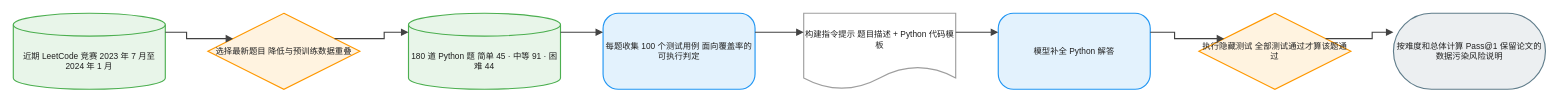
Before: client/public/drawio/DeepSeek_LeetCode/DeepSeek_LeetCode.zh.drawio in joe1chief/benchmark-hub, a draw.io diagram. Source tidied: cells renumbered, new cells numbered last; positions are measured from the earlier drawing's top-left corner, leaving out a move shared by most shapes. Both pictures are drawn from the tidied source at 76%, with x=0, y=0 at pixel (13, 13).
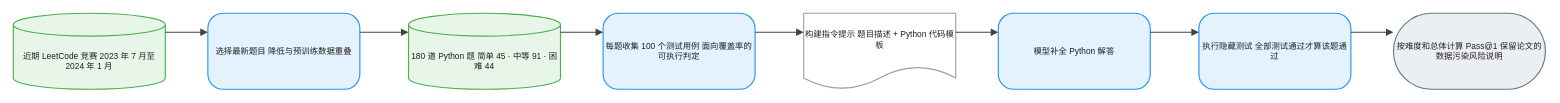
Above is the later version.

What changed in the source:
```diff
@@
 <mxGraphModel background="#FFFFFF">
   <root>
     <mxCell id="0" />
     <mxCell id="1" parent="0" />
     <mxCell id="2" value="近期 LeetCode 竞赛 2023 年 7 月至 2024 年 1 月" style="shape=cylinder3;boundedLbl=1;backgroundOutline=1;size=15;html=1;whiteSpace=wrap;fillColor=#E8F5E9;strokeColor=#4CAF50;strokeWidth=1.5;fontColor=#212121;fontSize=11;fontFamily=Arial, Helvetica, sans-serif;verticalAlign=middle;align=center;" parent="1" vertex="1">
       <mxGeometry width="200" height="100" as="geometry" />
     </mxCell>
-    <mxCell id="3" value="选择最新题目 降低与预训练数据重叠" style="rhombus;html=1;whiteSpace=wrap;fillColor=#FFF3E0;strokeColor=#FF9800;strokeWidth=1.5;fontColor=#212121;fontSize=11;fontFamily=Arial, Helvetica, sans-serif;verticalAlign=middle;align=center;" parent="1" vertex="1">
+    <mxCell id="3" value="选择最新题目 降低与预训练数据重叠" style="rounded=1;arcSize=20;html=1;whiteSpace=wrap;fillColor=#E3F2FD;strokeColor=#2196F3;strokeWidth=1.5;fontColor=#212121;fontSize=11;fontFamily=Arial, Helvetica, sans-serif;verticalAlign=middle;align=center;" parent="1" vertex="1">
       <mxGeometry x="256" width="200" height="100" as="geometry" />
     </mxCell>
     <mxCell id="4" value="180 道 Python 题 简单 45 · 中等 91 · 困难 44" style="shape=cylinder3;boundedLbl=1;backgroundOutline=1;size=15;html=1;whiteSpace=wrap;fillColor=#E8F5E9;strokeColor=#4CAF50;strokeWidth=1.5;fontColor=#212121;fontSize=11;fontFamily=Arial, Helvetica, sans-serif;verticalAlign=middle;align=center;" parent="1" vertex="1">
       <mxGeometry x="520" width="200" height="100" as="geometry" />
     </mxCell>
     <mxCell id="5" value="每题收集 100 个测试用例 面向覆盖率的可执行判定" style="rounded=1;arcSize=20;html=1;whiteSpace=wrap;fillColor=#E3F2FD;strokeColor=#2196F3;strokeWidth=1.5;fontColor=#212121;fontSize=11;fontFamily=Arial, Helvetica, sans-serif;verticalAlign=middle;align=center;" parent="1" vertex="1">
       <mxGeometry x="776" width="200" height="100" as="geometry" />
     </mxCell>
     <mxCell id="6" value="构建指令提示 题目描述 + Python 代码模板" style="shape=document;boundedLbl=1;html=1;whiteSpace=wrap;fillColor=#FFFFFF;strokeColor=#9E9E9E;strokeWidth=1.5;fontColor=#212121;fontSize=11;fontFamily=Arial, Helvetica, sans-serif;verticalAlign=middle;align=center;" parent="1" vertex="1">
       <mxGeometry x="1040" width="200" height="100" as="geometry" />
     </mxCell>
     <mxCell id="7" value="模型补全 Python 解答" style="rounded=1;arcSize=20;html=1;whiteSpace=wrap;fillColor=#E3F2FD;strokeColor=#2196F3;strokeWidth=1.5;fontColor=#212121;fontSize=11;fontFamily=Arial, Helvetica, sans-serif;verticalAlign=middle;align=center;" parent="1" vertex="1">
       <mxGeometry x="1296" width="200" height="100" as="geometry" />
     </mxCell>
-    <mxCell id="8" value="执行隐藏测试 全部测试通过才算该题通过" style="rhombus;html=1;whiteSpace=wrap;fillColor=#FFF3E0;strokeColor=#FF9800;strokeWidth=1.5;fontColor=#212121;fontSize=11;fontFamily=Arial, Helvetica, sans-serif;verticalAlign=middle;align=center;" parent="1" vertex="1">
+    <mxCell id="8" value="执行隐藏测试 全部测试通过才算该题通过" style="rounded=1;arcSize=20;html=1;whiteSpace=wrap;fillColor=#E3F2FD;strokeColor=#2196F3;strokeWidth=1.5;fontColor=#212121;fontSize=11;fontFamily=Arial, Helvetica, sans-serif;verticalAlign=middle;align=center;" parent="1" vertex="1">
       <mxGeometry x="1560" width="200" height="100" as="geometry" />
     </mxCell>
     <mxCell id="9" value="按难度和总体计算 Pass@1 保留论文的数据污染风险说明" style="rounded=1;arcSize=50;html=1;whiteSpace=wrap;fillColor=#ECEFF1;strokeColor=#607D8B;strokeWidth=1.5;fontColor=#212121;fontSize=11;fontFamily=Arial, Helvetica, sans-serif;verticalAlign=middle;align=center;" parent="1" vertex="1">
       <mxGeometry x="1816" width="200" height="100" as="geometry" />
     </mxCell>
     <mxCell id="10" style="edgeStyle=orthogonalEdgeStyle;rounded=0;jettySize=auto;html=1;strokeColor=#424242;strokeWidth=1.5;endArrow=block;endFill=1;exitX=1;exitY=0.25;exitDx=0;exitDy=0;entryX=0;entryY=0.25;entryDx=0;entryDy=0;jumpStyle=arc;jumpSize=8;" parent="1" edge="1" source="2" target="3">
       <mxGeometry relative="1" as="geometry" />
     </mxCell>
     <mxCell id="11" style="edgeStyle=orthogonalEdgeStyle;rounded=0;jettySize=auto;html=1;strokeColor=#424242;strokeWidth=1.5;endArrow=block;endFill=1;exitX=1;exitY=0.25;exitDx=0;exitDy=0;entryX=0;entryY=0.25;entryDx=0;entryDy=0;jumpStyle=arc;jumpSize=8;" parent="1" edge="1" source="3" target="4">
       <mxGeometry relative="1" as="geometry" />
     </mxCell>
     <mxCell id="12" style="edgeStyle=orthogonalEdgeStyle;rounded=0;jettySize=auto;html=1;strokeColor=#424242;strokeWidth=1.5;endArrow=block;endFill=1;exitX=1;exitY=0.25;exitDx=0;exitDy=0;entryX=0;entryY=0.25;entryDx=0;entryDy=0;jumpStyle=arc;jumpSize=8;" parent="1" edge="1" source="4" target="5">
       <mxGeometry relative="1" as="geometry" />
     </mxCell>
     <mxCell id="13" style="edgeStyle=orthogonalEdgeStyle;rounded=0;jettySize=auto;html=1;strokeColor=#424242;strokeWidth=1.5;endArrow=block;endFill=1;exitX=1;exitY=0.25;exitDx=0;exitDy=0;entryX=0;entryY=0.25;entryDx=0;entryDy=0;jumpStyle=arc;jumpSize=8;" parent="1" edge="1" source="5" target="6">
       <mxGeometry relative="1" as="geometry" />
     </mxCell>
     <mxCell id="14" style="edgeStyle=orthogonalEdgeStyle;rounded=0;jettySize=auto;html=1;strokeColor=#424242;strokeWidth=1.5;endArrow=block;endFill=1;exitX=1;exitY=0.25;exitDx=0;exitDy=0;entryX=0;entryY=0.25;entryDx=0;entryDy=0;jumpStyle=arc;jumpSize=8;" parent="1" edge="1" source="6" target="7">
       <mxGeometry relative="1" as="geometry" />
     </mxCell>
     <mxCell id="15" style="edgeStyle=orthogonalEdgeStyle;rounded=0;jettySize=auto;html=1;strokeColor=#424242;strokeWidth=1.5;endArrow=block;endFill=1;exitX=1;exitY=0.25;exitDx=0;exitDy=0;entryX=0;entryY=0.25;entryDx=0;entryDy=0;jumpStyle=arc;jumpSize=8;" parent="1" edge="1" source="7" target="8">
       <mxGeometry relative="1" as="geometry" />
     </mxCell>
     <mxCell id="16" style="edgeStyle=orthogonalEdgeStyle;rounded=0;jettySize=auto;html=1;strokeColor=#424242;strokeWidth=1.5;endArrow=block;endFill=1;exitX=1;exitY=0.25;exitDx=0;exitDy=0;entryX=0;entryY=0.25;entryDx=0;entryDy=0;jumpStyle=arc;jumpSize=8;" parent="1" edge="1" source="8" target="9">
       <mxGeometry relative="1" as="geometry" />
     </mxCell>
   </root>
 </mxGraphModel>
```
